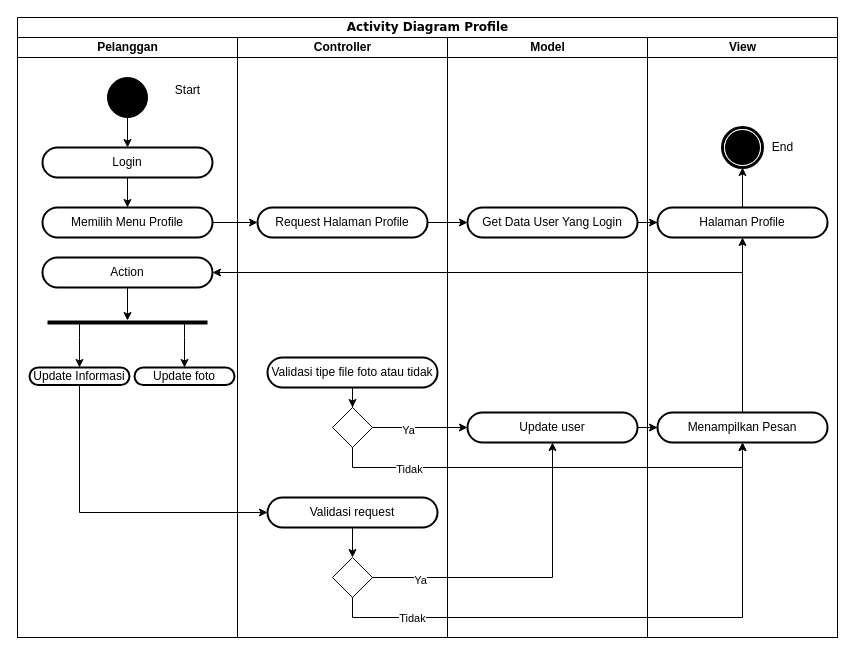
Before: activity Diagram profile.drawio in ThikerXCX/umltoko, a draw.io diagram. Source tidied: cells renumbered, new cells numbered last; positions are measured from the earlier drawing's top-left corner, leaving out a move shared by most shapes. Both pictures are drawn from the tidied source at 100%, with x=0, y=0 at pixel (17, 17).
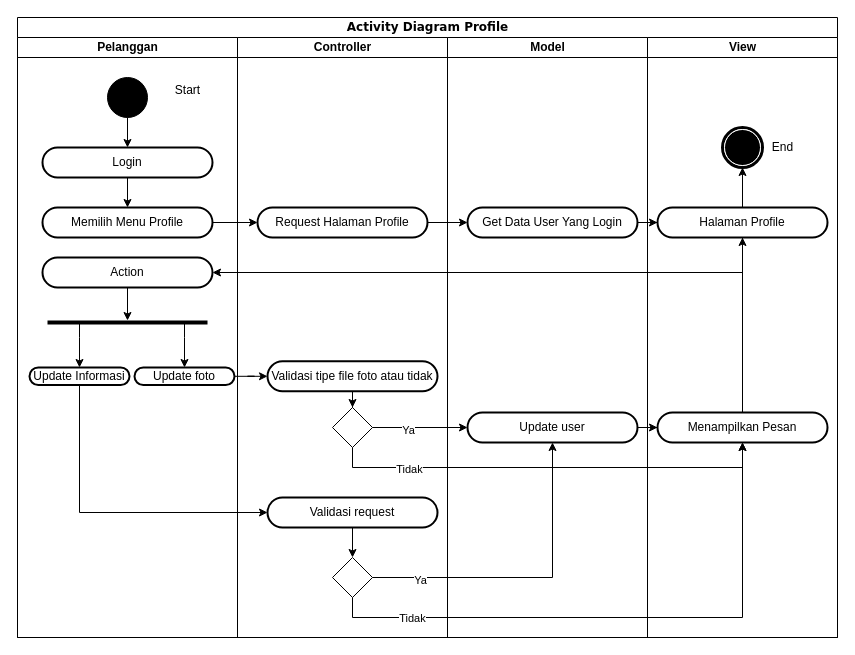
The same diagram, later.

Unchanged cells that the change refers to:
```xml
<mxCell id="2" value="Activity Diagram Profile" style="swimlane;html=1;startSize=20;rounded=0;shadow=0;comic=0;labelBackgroundColor=none;strokeWidth=1;fontFamily=Verdana;fontSize=12;align=center;" parent="1" vertex="1">
  <mxGeometry width="820" height="620" as="geometry" />
</mxCell>
<mxCell id="14" value="Update foto" style="rounded=1;whiteSpace=wrap;html=1;strokeWidth=2;fillStyle=solid;arcSize=50;" parent="3" vertex="1">
  <mxGeometry x="117" y="330" width="100" height="17.6" as="geometry" />
</mxCell>
<mxCell id="16" value="Controller" style="swimlane;html=1;startSize=20;" parent="2" vertex="1">
  <mxGeometry x="220" y="20" width="210" height="600" as="geometry" />
</mxCell>
```

What changed in the source:
```diff
@@
     <mxCell id="19" value="Validasi tipe file foto atau tidak" style="rounded=1;whiteSpace=wrap;html=1;strokeWidth=2;fillStyle=solid;arcSize=50;" parent="16" vertex="1">
-      <mxGeometry x="30" y="320" width="170" height="30" as="geometry" />
+      <mxGeometry x="30" y="323.8" width="170" height="30" as="geometry" />
     </mxCell>
@@
+    <mxCell id="49" style="edgeStyle=orthogonalEdgeStyle;rounded=0;jettySize=auto;html=1;entryX=0;entryY=0.5;entryDx=0;entryDy=0;" parent="2" edge="1" source="14" target="19">
+      <mxGeometry relative="1" as="geometry" />
+    </mxCell>
```
